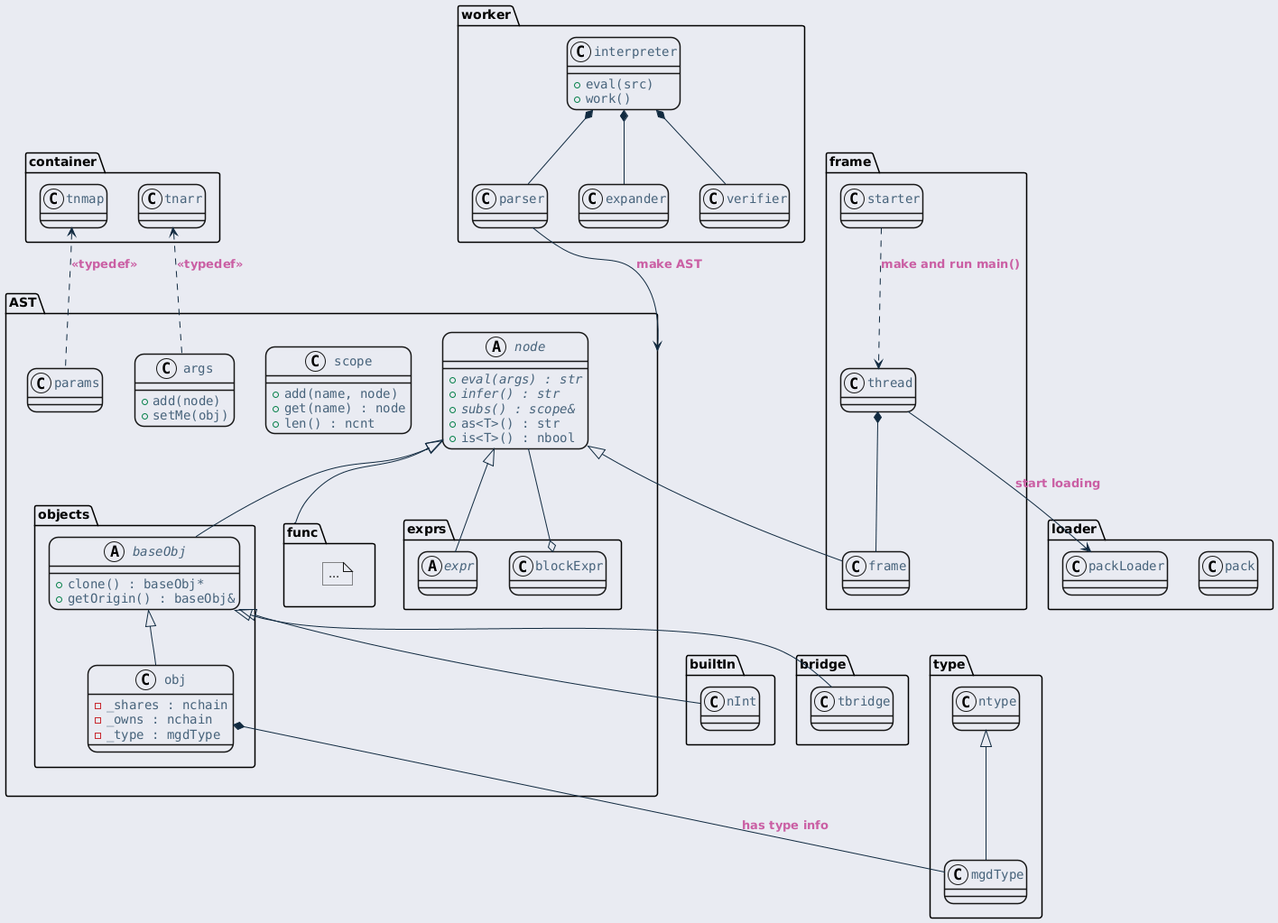
byeolang/website keeps this PlantUML diagram as ref/generated/ko/inline_umlgraph_19.png. Above is the earlier version.
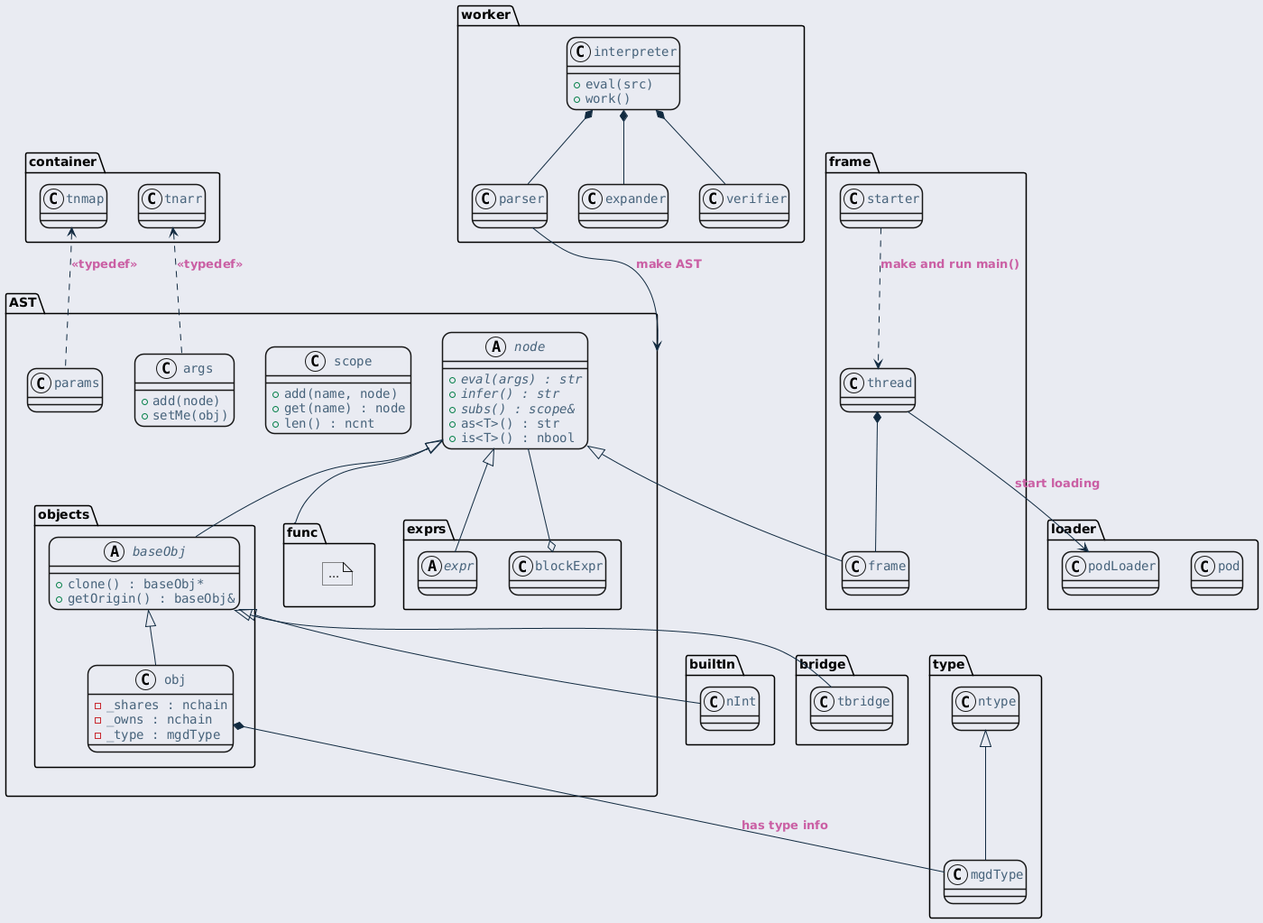
After the change.

The edit, as a diff of the source:
```diff
@@ -102,8 +102,8 @@
 baseObj <|-- tbridge
 
 package loader {
-  class pack
-  class packLoader
+  class pod
+  class podLoader
 }
 
 package "frame" as frame1 {
@@ -114,7 +114,7 @@
 node <|-- frame
 thread *-- frame
 starter ..> thread: make and run main()
-thread --> packLoader: start loading
+thread --> podLoader: start loading
 
 package worker {
   class interpreter {
```
